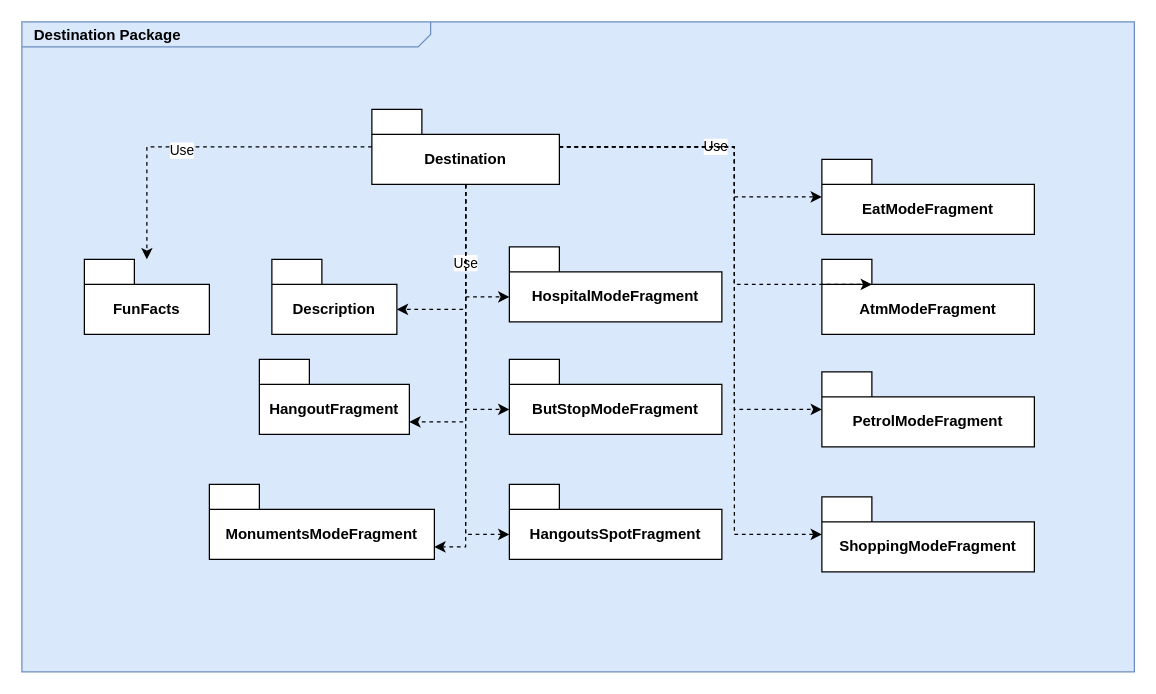
Earlier version of the draw.io diagram Destinations.drawio (MurielleMardenli200/LOG8430_TP1). Source tidied: cells renumbered, new cells numbered last; positions are measured from the earlier drawing's top-left corner, leaving out a move shared by most shapes. Both pictures are drawn from the tidied source at 125%, with x=0, y=0 at pixel (21, 21).
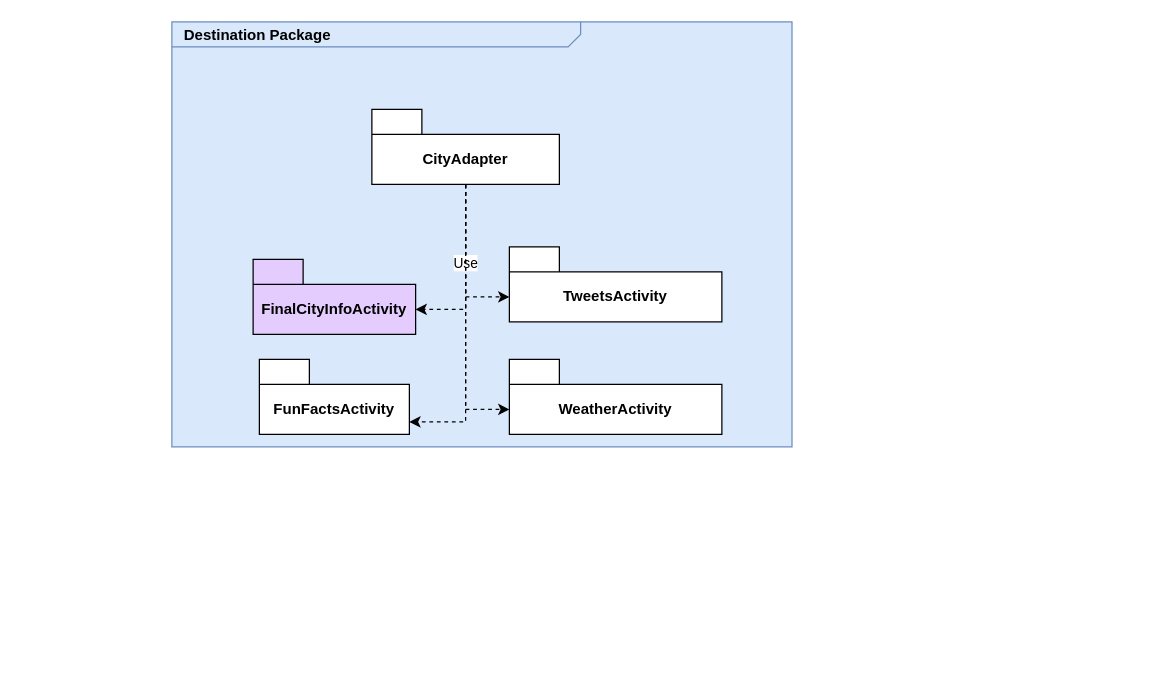
Above is the later version.

Diff of the diagram source:
```diff
@@
     <mxCell id="2" value="&lt;p style=&quot;margin: 0px ; margin-top: 4px ; margin-left: 10px ; text-align: left&quot;&gt;&lt;b&gt;Destination Package&lt;/b&gt;&lt;/p&gt;" style="html=1;strokeWidth=1;shape=mxgraph.sysml.package;html=1;overflow=fill;whiteSpace=wrap;fillColor=#dae8fc;fontSize=12;align=center;labelX=327.64;strokeColor=#6c8ebf;" parent="1" vertex="1">
-      <mxGeometry width="890" height="520" as="geometry" />
+      <mxGeometry x="120" width="496.1" height="340" as="geometry" />
     </mxCell>
-    <mxCell id="3" style="edgeStyle=orthogonalEdgeStyle;rounded=0;jettySize=auto;html=1;dashed=1;" parent="1" edge="1" source="10" target="11">
-      <mxGeometry relative="1" as="geometry" />
-    </mxCell>
-    <mxCell id="4" value="Use" style="edgeLabel;html=1;align=center;verticalAlign=middle;" parent="3" vertex="1">
-      <mxGeometry x="0.13" y="2" relative="1" as="geometry" />
-    </mxCell>
@@
-    <mxCell id="7" value="Use" style="edgeStyle=orthogonalEdgeStyle;shape=connector;rounded=0;jettySize=auto;html=1;dashed=1;strokeColor=default;align=center;verticalAlign=middle;fontFamily=Helvetica;fontSize=11;fontColor=default;labelBackgroundColor=default;endArrow=classic;" parent="1" edge="1" source="10" target="21">
-      <mxGeometry relative="1" as="geometry">
-        <Array as="points">
-          <mxPoint x="570" y="100" />
-          <mxPoint x="570" y="140" />
-        </Array>
-      </mxGeometry>
-    </mxCell>
-    <mxCell id="8" style="edgeStyle=orthogonalEdgeStyle;shape=connector;rounded=0;jettySize=auto;html=1;dashed=1;strokeColor=default;align=center;verticalAlign=middle;fontFamily=Helvetica;fontSize=11;fontColor=default;labelBackgroundColor=default;endArrow=classic;" parent="1" edge="1" source="10" target="17">
-      <mxGeometry relative="1" as="geometry">
-        <Array as="points">
-          <mxPoint x="570" y="100" />
-          <mxPoint x="570" y="410" />
-        </Array>
-      </mxGeometry>
-    </mxCell>
-    <mxCell id="9" style="edgeStyle=orthogonalEdgeStyle;shape=connector;rounded=0;jettySize=auto;html=1;dashed=1;strokeColor=default;align=center;verticalAlign=middle;fontFamily=Helvetica;fontSize=11;fontColor=default;labelBackgroundColor=default;endArrow=classic;" parent="1" edge="1" source="10" target="18">
-      <mxGeometry relative="1" as="geometry">
-        <Array as="points">
-          <mxPoint x="570" y="100" />
-          <mxPoint x="570" y="310" />
-        </Array>
-      </mxGeometry>
-    </mxCell>
-    <mxCell id="10" value="Destination" style="shape=folder;fontStyle=1;tabWidth=40;tabHeight=20;tabPosition=left;html=1;boundedLbl=1;whiteSpace=wrap;" parent="1" vertex="1">
+    <mxCell id="10" value="CityAdapter" style="shape=folder;fontStyle=1;tabWidth=40;tabHeight=20;tabPosition=left;html=1;boundedLbl=1;whiteSpace=wrap;" parent="1" vertex="1">
       <mxGeometry x="280" y="70" width="150" height="60" as="geometry" />
     </mxCell>
-    <mxCell id="11" value="FunFacts" style="shape=folder;fontStyle=1;tabWidth=40;tabHeight=20;tabPosition=left;html=1;boundedLbl=1;whiteSpace=wrap;" parent="1" vertex="1">
-      <mxGeometry x="50" y="190" width="100" height="60" as="geometry" />
-    </mxCell>
-    <mxCell id="12" value="Description" style="shape=folder;fontStyle=1;tabWidth=40;tabHeight=20;tabPosition=left;html=1;boundedLbl=1;whiteSpace=wrap;" parent="1" vertex="1">
-      <mxGeometry x="200" y="190" width="100" height="60" as="geometry" />
+    <mxCell id="12" value="FinalCityInfoActivity" style="shape=folder;fontStyle=1;tabWidth=40;tabHeight=20;tabPosition=left;html=1;boundedLbl=1;whiteSpace=wrap;fillColor=light-dark(#E5CCFF,var(--ge-dark-color, #121212));" parent="1" vertex="1">
+      <mxGeometry x="185" y="190" width="130" height="60" as="geometry" />
     </mxCell>
-    <mxCell id="13" value="HangoutFragment" style="shape=folder;fontStyle=1;tabWidth=40;tabHeight=20;tabPosition=left;html=1;boundedLbl=1;whiteSpace=wrap;" parent="1" vertex="1">
+    <mxCell id="13" value="FunFactsActivity" style="shape=folder;fontStyle=1;tabWidth=40;tabHeight=20;tabPosition=left;html=1;boundedLbl=1;whiteSpace=wrap;" parent="1" vertex="1">
       <mxGeometry x="190" y="270" width="120" height="60" as="geometry" />
     </mxCell>
-    <mxCell id="14" value="MonumentsModeFragment" style="shape=folder;fontStyle=1;tabWidth=40;tabHeight=20;tabPosition=left;html=1;boundedLbl=1;whiteSpace=wrap;" parent="1" vertex="1">
-      <mxGeometry x="150" y="370" width="180" height="60" as="geometry" />
-    </mxCell>
-    <mxCell id="15" value="HangoutsSpotFragment" style="shape=folder;fontStyle=1;tabWidth=40;tabHeight=20;tabPosition=left;html=1;boundedLbl=1;whiteSpace=wrap;" parent="1" vertex="1">
-      <mxGeometry x="390" y="370" width="170" height="60" as="geometry" />
-    </mxCell>
-    <mxCell id="16" value="ButStopModeFragment" style="shape=folder;fontStyle=1;tabWidth=40;tabHeight=20;tabPosition=left;html=1;boundedLbl=1;whiteSpace=wrap;" parent="1" vertex="1">
+    <mxCell id="16" value="WeatherActivity" style="shape=folder;fontStyle=1;tabWidth=40;tabHeight=20;tabPosition=left;html=1;boundedLbl=1;whiteSpace=wrap;" parent="1" vertex="1">
       <mxGeometry x="390" y="270" width="170" height="60" as="geometry" />
     </mxCell>
-    <mxCell id="17" value="ShoppingModeFragment" style="shape=folder;fontStyle=1;tabWidth=40;tabHeight=20;tabPosition=left;html=1;boundedLbl=1;whiteSpace=wrap;" parent="1" vertex="1">
-      <mxGeometry x="640" y="380" width="170" height="60" as="geometry" />
-    </mxCell>
-    <mxCell id="18" value="PetrolModeFragment" style="shape=folder;fontStyle=1;tabWidth=40;tabHeight=20;tabPosition=left;html=1;boundedLbl=1;whiteSpace=wrap;" parent="1" vertex="1">
-      <mxGeometry x="640" y="280" width="170" height="60" as="geometry" />
-    </mxCell>
-    <mxCell id="19" value="AtmModeFragment" style="shape=folder;fontStyle=1;tabWidth=40;tabHeight=20;tabPosition=left;html=1;boundedLbl=1;whiteSpace=wrap;" parent="1" vertex="1">
-      <mxGeometry x="640" y="190" width="170" height="60" as="geometry" />
-    </mxCell>
-    <mxCell id="20" value="HospitalModeFragment" style="shape=folder;fontStyle=1;tabWidth=40;tabHeight=20;tabPosition=left;html=1;boundedLbl=1;whiteSpace=wrap;" parent="1" vertex="1">
+    <mxCell id="20" value="TweetsActivity" style="shape=folder;fontStyle=1;tabWidth=40;tabHeight=20;tabPosition=left;html=1;boundedLbl=1;whiteSpace=wrap;" parent="1" vertex="1">
       <mxGeometry x="390" y="180" width="170" height="60" as="geometry" />
     </mxCell>
-    <mxCell id="21" value="EatModeFragment" style="shape=folder;fontStyle=1;tabWidth=40;tabHeight=20;tabPosition=left;html=1;boundedLbl=1;whiteSpace=wrap;" parent="1" vertex="1">
-      <mxGeometry x="640" y="110" width="170" height="60" as="geometry" />
-    </mxCell>
-    <mxCell id="22" style="edgeStyle=orthogonalEdgeStyle;shape=connector;rounded=0;jettySize=auto;html=1;entryX=0;entryY=0;entryDx=40;entryDy=20;entryPerimeter=0;dashed=1;strokeColor=default;align=center;verticalAlign=middle;fontFamily=Helvetica;fontSize=11;fontColor=default;labelBackgroundColor=default;endArrow=classic;" parent="1" edge="1" source="10" target="19">
-      <mxGeometry relative="1" as="geometry">
-        <Array as="points">
-          <mxPoint x="570" y="100" />
-          <mxPoint x="570" y="210" />
-        </Array>
-      </mxGeometry>
-    </mxCell>
@@
-    <mxCell id="24" style="edgeStyle=orthogonalEdgeStyle;shape=connector;rounded=0;jettySize=auto;html=1;entryX=0;entryY=0;entryDx=0;entryDy=40;entryPerimeter=0;dashed=1;strokeColor=default;align=center;verticalAlign=middle;fontFamily=Helvetica;fontSize=11;fontColor=default;labelBackgroundColor=default;endArrow=classic;" parent="1" edge="1" source="10" target="15">
-      <mxGeometry relative="1" as="geometry" />
-    </mxCell>
@@
-    <mxCell id="26" style="edgeStyle=orthogonalEdgeStyle;shape=connector;rounded=0;jettySize=auto;html=1;entryX=0;entryY=0;entryDx=180;entryDy=50;entryPerimeter=0;dashed=1;strokeColor=default;align=center;verticalAlign=middle;fontFamily=Helvetica;fontSize=11;fontColor=default;labelBackgroundColor=default;endArrow=classic;" parent="1" edge="1" source="10" target="14">
-      <mxGeometry relative="1" as="geometry" />
-    </mxCell>
```
